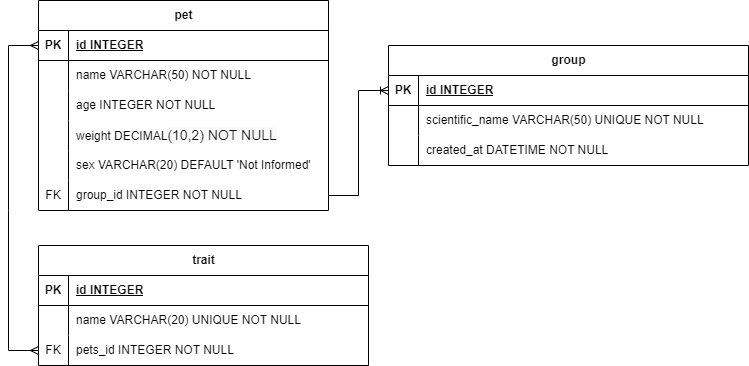
vitor-galdino/petcare-api keeps this draw.io diagram as DER.png. Above is the earlier version. Source tidied: cells renumbered, new cells last; positions are measured from the earlier drawing's top-left corner, leaving out a move shared by most shapes.
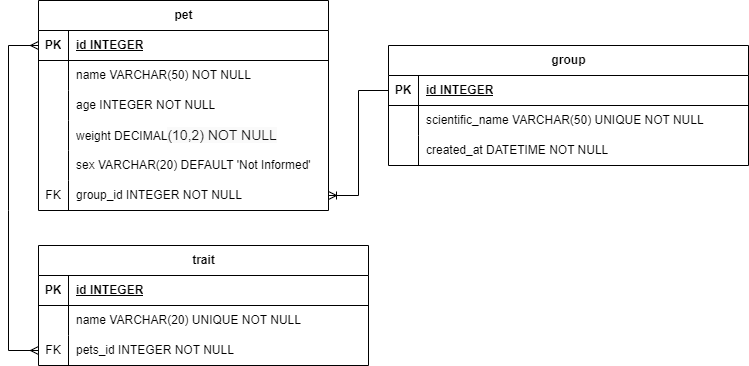
The same file after the commit.

Commit message:
docs: include diagram to project entities

What changed in the source:
```diff
@@ -119,7 +119,7 @@
     <mxCell id="40" value="pets_id INTEGER NOT NULL" style="shape=partialRectangle;fillColor=none;top=0;left=0;bottom=0;right=0;align=left;spacingLeft=6;overflow=hidden;whiteSpace=wrap;html=1;" parent="38" vertex="1">
       <mxGeometry x="30" width="300" height="30" as="geometry" />
     </mxCell>
-    <mxCell id="41" style="fontSize=12;html=1;endArrow=none;rounded=0;entryX=1;entryY=0.5;entryDx=0;entryDy=0;edgeStyle=orthogonalEdgeStyle;exitX=0;exitY=0.5;exitDx=0;exitDy=0;startArrow=ERoneToMany;startFill=0;endFill=0;" parent="1" edge="1" source="22" target="18">
+    <mxCell id="41" style="fontSize=12;html=1;endArrow=ERoneToMany;rounded=0;entryX=1;entryY=0.5;entryDx=0;entryDy=0;edgeStyle=orthogonalEdgeStyle;exitX=0;exitY=0.5;exitDx=0;exitDy=0;startArrow=none;startFill=0;endFill=0;" parent="1" edge="1" source="22" target="18">
       <mxGeometry relative="1" as="geometry">
         <Array as="points">
           <mxPoint x="350" y="90" />
```
